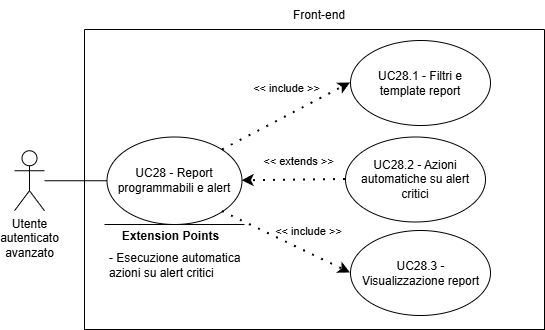
Before: assets/diagrams/UC28.png, a diagram exported from draw.io (SkarabGroup/DocumentazioneProgetto). Source tidied: cells renumbered, new cells last; positions are measured from the earlier drawing's top-left corner, leaving out a move shared by most shapes.
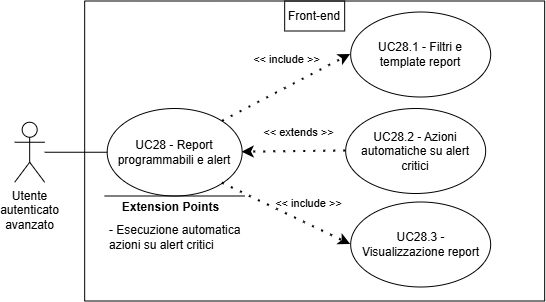
The same diagram one commit later.

The edit, as a diff of the source:
```diff
@@ -2,70 +2,70 @@
   <root>
     <mxCell id="0" />
     <mxCell id="1" parent="0" />
-    <mxCell id="2" style="endArrow=classic;html=1;rounded=0;" parent="1" edge="1">
-      <mxGeometry relative="1" as="geometry">
-        <mxPoint x="24" y="215" as="sourcePoint" />
-        <mxPoint x="24" y="215" as="targetPoint" />
-      </mxGeometry>
-    </mxCell>
-    <mxCell id="3" style="swimlane;startSize=0;" parent="1" vertex="1">
-      <mxGeometry x="70" y="29" width="460" height="300" as="geometry" />
-    </mxCell>
+    <mxCell id="21" style="endArrow=classic;html=1;rounded=0;" parent="1" edge="1">
+      <mxGeometry relative="1" as="geometry">
+        <mxPoint x="214.2" y="489.5" as="sourcePoint" />
+        <mxPoint x="214.2" y="489.5" as="targetPoint" />
+      </mxGeometry>
+    </mxCell>
+    <mxCell id="22" style="swimlane;startSize=0;" parent="1" vertex="1">
+      <mxGeometry x="260.2" y="303.5" width="460" height="300" as="geometry" />
+    </mxCell>
-    <mxCell id="4" value="Utente&lt;div&gt;autenticato&lt;/div&gt;&lt;div&gt;avanzato&lt;/div&gt;" style="shape=umlActor;verticalLabelPosition=bottom;verticalAlign=top;html=1;outlineConnect=0;align=center;" parent="3" vertex="1">
+    <mxCell id="4" value="Utente&lt;div&gt;autenticato&lt;/div&gt;&lt;div&gt;avanzato&lt;/div&gt;" style="shape=umlActor;verticalLabelPosition=bottom;verticalAlign=top;html=1;outlineConnect=0;align=center;" parent="22" vertex="1">
       <mxGeometry x="-70" y="121.2" width="30" height="60" as="geometry" />
     </mxCell>
-    <mxCell id="5" style="ellipse;whiteSpace=wrap;html=1;" parent="3" vertex="1">
+    <mxCell id="5" style="ellipse;whiteSpace=wrap;html=1;" parent="22" vertex="1">
       <mxGeometry x="22.5" y="107.5" width="135" height="87.5" as="geometry" />
     </mxCell>
-    <mxCell id="6" style="endArrow=none;html=1;rounded=0;entryX=0;entryY=0.5;entryDx=0;entryDy=0;" parent="3" edge="1" source="4" target="5">
+    <mxCell id="6" style="endArrow=none;html=1;rounded=0;entryX=0;entryY=0.5;entryDx=0;entryDy=0;" parent="22" edge="1" source="4" target="5">
       <mxGeometry relative="1" as="geometry" />
     </mxCell>
-    <mxCell id="7" style="endArrow=none;html=1;rounded=0;" parent="3" edge="1">
-      <mxGeometry relative="1" as="geometry">
-        <mxPoint x="20" y="195" as="sourcePoint" />
-        <mxPoint x="160" y="195" as="targetPoint" />
-      </mxGeometry>
-    </mxCell>
+    <mxCell id="23" style="endArrow=none;html=1;rounded=0;" parent="22" edge="1">
+      <mxGeometry relative="1" as="geometry">
+        <mxPoint x="20" y="195" as="sourcePoint" />
+        <mxPoint x="160" y="195" as="targetPoint" />
+      </mxGeometry>
+    </mxCell>
-    <mxCell id="8" value="&lt;b&gt;&lt;font style=&quot;font-size: 12px;&quot;&gt;Extension Points&lt;/font&gt;&lt;/b&gt;" style="edgeLabel;html=1;align=center;verticalAlign=middle;" parent="7" vertex="1">
+    <mxCell id="8" value="&lt;b&gt;&lt;font style=&quot;font-size: 12px;&quot;&gt;Extension Points&lt;/font&gt;&lt;/b&gt;" style="edgeLabel;html=1;align=center;verticalAlign=middle;" parent="23" vertex="1">
       <mxGeometry x="0.65" relative="1" as="geometry">
         <mxPoint x="-50" y="11" as="offset" />
       </mxGeometry>
     </mxCell>
-    <mxCell id="9" value="- Esecuzione automatica azioni su alert critici" style="text;html=1;align=left;verticalAlign=middle;whiteSpace=wrap;rounded=0;" parent="3" vertex="1">
+    <mxCell id="9" value="- Esecuzione automatica azioni su alert critici" style="text;html=1;align=left;verticalAlign=middle;whiteSpace=wrap;rounded=0;" parent="22" vertex="1">
       <mxGeometry x="22.5" y="221" width="137.5" height="30" as="geometry" />
     </mxCell>
-    <mxCell id="10" style="ellipse;whiteSpace=wrap;html=1;" parent="3" vertex="1">
+    <mxCell id="10" style="ellipse;whiteSpace=wrap;html=1;" parent="22" vertex="1">
       <mxGeometry x="266" y="11" width="140" height="85" as="geometry" />
     </mxCell>
-    <mxCell id="11" value="UC28.1 - Filtri e template report" style="text;html=1;align=center;verticalAlign=middle;whiteSpace=wrap;rounded=0;" parent="3" vertex="1">
+    <mxCell id="11" value="UC28.1 - Filtri e template report" style="text;html=1;align=center;verticalAlign=middle;whiteSpace=wrap;rounded=0;" parent="22" vertex="1">
       <mxGeometry x="271" y="18.5" width="130" height="70" as="geometry" />
     </mxCell>
-    <mxCell id="12" value="&amp;lt;&amp;lt; include &amp;gt;&amp;gt;" style="endArrow=classic;startArrow=none;endFill=1;startFill=0;html=1;verticalAlign=bottom;dashed=1;labelBackgroundColor=none;rounded=0;dashPattern=1 4;curved=0;endSize=6;strokeWidth=2;exitX=1;exitY=0;exitDx=0;exitDy=0;entryX=0;entryY=0.5;entryDx=0;entryDy=0;" parent="3" edge="1" source="5" target="10">
+    <mxCell id="12" value="&amp;lt;&amp;lt; include &amp;gt;&amp;gt;" style="endArrow=classic;startArrow=none;endFill=1;startFill=0;html=1;verticalAlign=bottom;dashed=1;labelBackgroundColor=none;rounded=0;dashPattern=1 4;curved=0;endSize=6;strokeWidth=2;exitX=1;exitY=0;exitDx=0;exitDy=0;entryX=0;entryY=0.5;entryDx=0;entryDy=0;" parent="22" edge="1" source="5" target="10">
       <mxGeometry x="0.12" y="17" relative="1" as="geometry" />
     </mxCell>
-    <mxCell id="13" style="ellipse;whiteSpace=wrap;html=1;" parent="3" vertex="1">
+    <mxCell id="13" style="ellipse;whiteSpace=wrap;html=1;" parent="22" vertex="1">
       <mxGeometry x="261" y="107.5" width="140" height="85" as="geometry" />
     </mxCell>
-    <mxCell id="14" value="UC28.2 - Azioni automatiche su alert critici" style="text;html=1;align=center;verticalAlign=middle;whiteSpace=wrap;rounded=0;" parent="3" vertex="1">
+    <mxCell id="14" value="UC28.2 - Azioni automatiche su alert critici" style="text;html=1;align=center;verticalAlign=middle;whiteSpace=wrap;rounded=0;" parent="22" vertex="1">
       <mxGeometry x="266" y="115" width="130" height="70" as="geometry" />
     </mxCell>
-    <mxCell id="15" value="&amp;lt;&amp;lt; extends &amp;gt;&amp;gt;" style="endArrow=classic;startArrow=none;endFill=1;startFill=0;html=1;verticalAlign=bottom;dashed=1;labelBackgroundColor=none;rounded=0;dashPattern=1 4;curved=0;endSize=6;strokeWidth=2;exitX=0;exitY=0.5;exitDx=0;exitDy=0;entryX=1;entryY=0.5;entryDx=0;entryDy=0;" parent="3" edge="1" source="13" target="5">
+    <mxCell id="15" value="&amp;lt;&amp;lt; extends &amp;gt;&amp;gt;" style="endArrow=classic;startArrow=none;endFill=1;startFill=0;html=1;verticalAlign=bottom;dashed=1;labelBackgroundColor=none;rounded=0;dashPattern=1 4;curved=0;endSize=6;strokeWidth=2;exitX=0;exitY=0.5;exitDx=0;exitDy=0;entryX=1;entryY=0.5;entryDx=0;entryDy=0;" parent="22" edge="1" source="13" target="5">
       <mxGeometry x="-0.09" y="-10" relative="1" as="geometry" />
     </mxCell>
-    <mxCell id="16" value="&amp;lt;&amp;lt; include &amp;gt;&amp;gt;" style="endArrow=classic;startArrow=none;endFill=1;startFill=0;html=1;verticalAlign=bottom;dashed=1;labelBackgroundColor=none;rounded=0;dashPattern=1 4;curved=0;endSize=6;strokeWidth=2;exitX=1;exitY=1;exitDx=0;exitDy=0;entryX=0;entryY=0.5;entryDx=0;entryDy=0;" parent="3" edge="1" source="5" target="17">
+    <mxCell id="16" value="&amp;lt;&amp;lt; include &amp;gt;&amp;gt;" style="endArrow=classic;startArrow=none;endFill=1;startFill=0;html=1;verticalAlign=bottom;dashed=1;labelBackgroundColor=none;rounded=0;dashPattern=1 4;curved=0;endSize=6;strokeWidth=2;exitX=1;exitY=1;exitDx=0;exitDy=0;entryX=0;entryY=0.5;entryDx=0;entryDy=0;" parent="22" edge="1" source="5" target="17">
       <mxGeometry x="0.27" y="11" relative="1" as="geometry" />
     </mxCell>
-    <mxCell id="17" style="ellipse;whiteSpace=wrap;html=1;" parent="3" vertex="1">
+    <mxCell id="17" style="ellipse;whiteSpace=wrap;html=1;" parent="22" vertex="1">
       <mxGeometry x="266" y="201" width="140" height="85" as="geometry" />
     </mxCell>
-    <mxCell id="18" value="UC28.3 - Visualizzazione report" style="text;html=1;align=center;verticalAlign=middle;whiteSpace=wrap;rounded=0;" parent="3" vertex="1">
+    <mxCell id="18" value="UC28.3 - Visualizzazione report" style="text;html=1;align=center;verticalAlign=middle;whiteSpace=wrap;rounded=0;" parent="22" vertex="1">
       <mxGeometry x="275.5" y="207.8" width="121" height="71.5" as="geometry" />
     </mxCell>
-    <mxCell id="19" value="&lt;div style=&quot;&quot;&gt;UC28 - Report programmabili e alert&lt;/div&gt;" style="text;html=1;align=center;verticalAlign=middle;whiteSpace=wrap;rounded=0;" parent="3" vertex="1">
+    <mxCell id="19" value="&lt;div style=&quot;&quot;&gt;UC28 - Report programmabili e alert&lt;/div&gt;" style="text;html=1;align=center;verticalAlign=middle;whiteSpace=wrap;rounded=0;" parent="22" vertex="1">
       <mxGeometry x="28.1" y="116.2" width="123.8" height="70" as="geometry" />
     </mxCell>
-    <mxCell id="20" value="Front-end" style="text;html=1;align=center;verticalAlign=middle;whiteSpace=wrap;rounded=0;" parent="1" vertex="1">
-      <mxGeometry x="275" width="60" height="30" as="geometry" />
+    <mxCell id="20" value="Front-end" style="text;html=1;align=center;verticalAlign=middle;whiteSpace=wrap;rounded=0;perimeterSpacing=1;strokeColor=default;" parent="22" vertex="1">
+      <mxGeometry x="200" width="60" height="30" as="geometry" />
     </mxCell>
   </root>
 </mxGraphModel>
```
